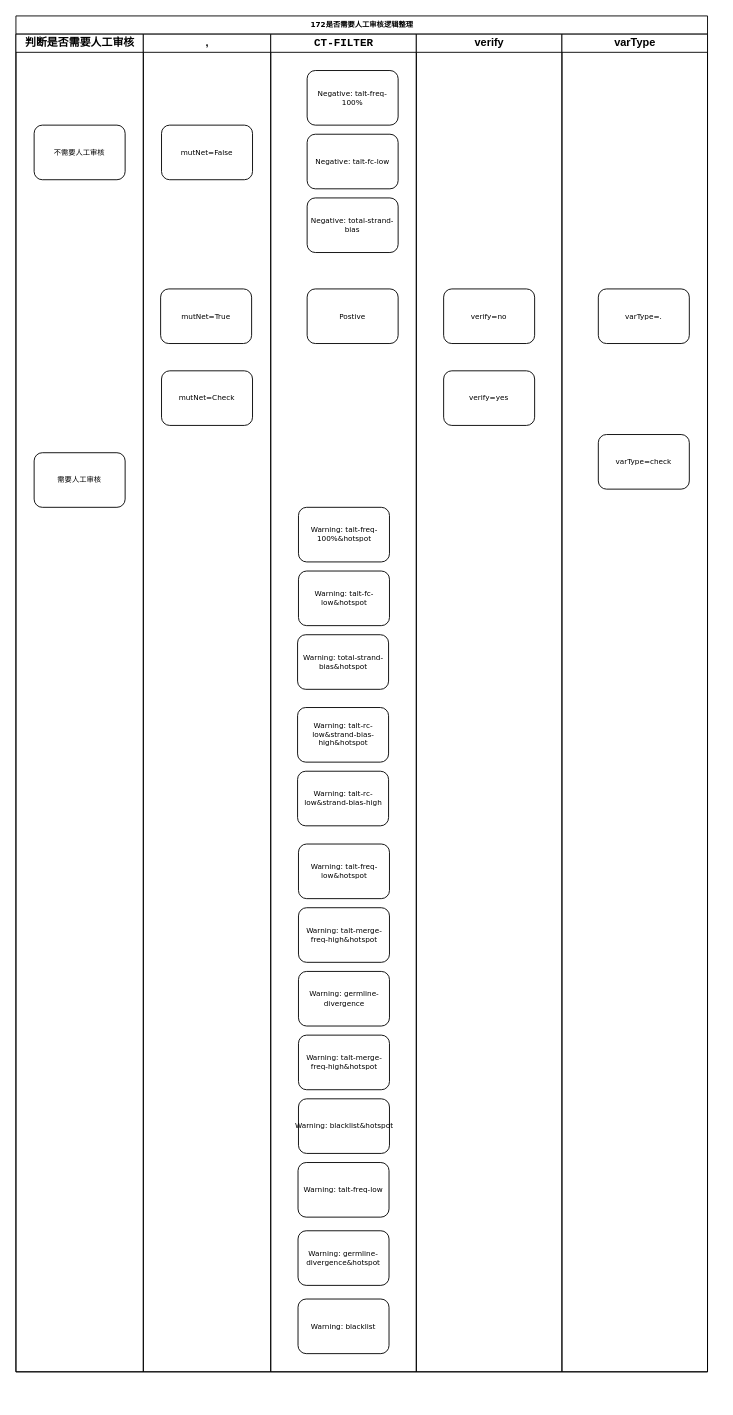
This is 172-0307.drawio from dingtian-genetronhealth/diagrams-genetron, a draw.io file, before an edit. Source tidied: cells renumbered, new cells numbered last; positions are measured from the earlier drawing's top-left corner, leaving out a move shared by most shapes. Both pictures are drawn from the tidied source at 91%, with x=0, y=0 at pixel (15, 15).
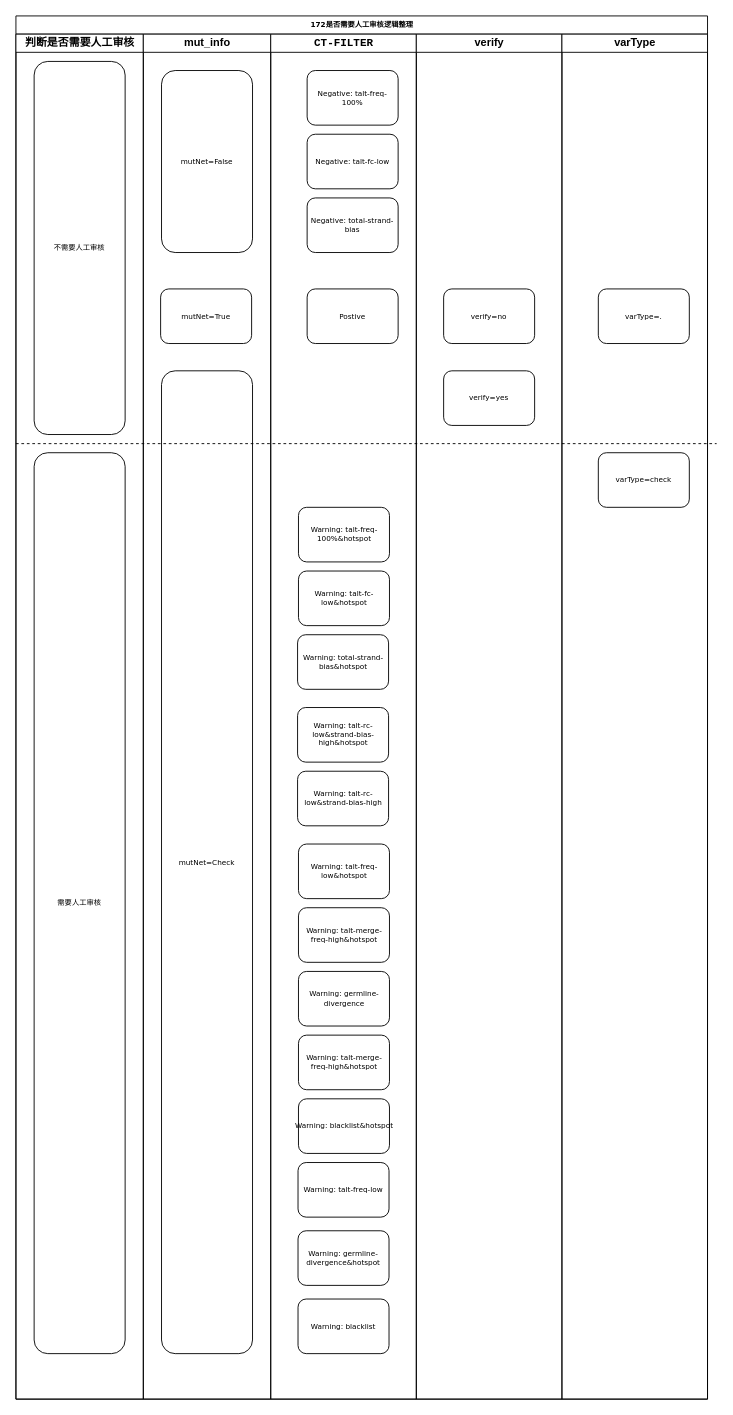
Above is the later version.

What changed in the source:
```diff
@@
     <mxCell id="2" value="172是否需要人工审核逻辑整理" style="swimlane;html=1;startSize=20;rounded=0;shadow=0;labelBackgroundColor=none;strokeWidth=1;fontFamily=Verdana;fontSize=8;align=center;" parent="1" vertex="1">
-      <mxGeometry width="760" height="1490" as="geometry" />
+      <mxGeometry width="760" height="1520" as="geometry" />
     </mxCell>
     <mxCell id="3" value="判断是否需要人工审核" style="swimlane;html=1;startSize=20;" parent="2" vertex="1">
-      <mxGeometry y="20" width="140" height="1470" as="geometry" />
+      <mxGeometry y="20" width="140" height="1500" as="geometry" />
     </mxCell>
     <mxCell id="4" value="不需要人工审核" style="rounded=1;whiteSpace=wrap;html=1;shadow=0;labelBackgroundColor=none;strokeWidth=1;fontFamily=Verdana;fontSize=8;align=center;" parent="3" vertex="1">
-      <mxGeometry x="20" y="100" width="100" height="60" as="geometry" />
+      <mxGeometry x="20" y="30" width="100" height="410" as="geometry" />
     </mxCell>
     <mxCell id="5" value="需要人工审核" style="rounded=1;whiteSpace=wrap;html=1;shadow=0;labelBackgroundColor=none;strokeWidth=1;fontFamily=Verdana;fontSize=8;align=center;" parent="3" vertex="1">
-      <mxGeometry x="20" y="460" width="100" height="60" as="geometry" />
+      <mxGeometry x="20" y="460" width="100" height="990" as="geometry" />
     </mxCell>
-    <mxCell id="6" value="," style="swimlane;html=1;startSize=20;" parent="2" vertex="1">
-      <mxGeometry x="140" y="20" width="140" height="1470" as="geometry" />
+    <mxCell id="6" value="mut_info" style="swimlane;html=1;startSize=20;" parent="2" vertex="1">
+      <mxGeometry x="140" y="20" width="140" height="1500" as="geometry" />
     </mxCell>
@@
     <mxCell id="8" value="mutNet=Check" style="rounded=1;whiteSpace=wrap;html=1;shadow=0;labelBackgroundColor=none;strokeWidth=1;fontFamily=Verdana;fontSize=8;align=center;" parent="6" vertex="1">
-      <mxGeometry x="20" y="370" width="100" height="60" as="geometry" />
+      <mxGeometry x="20" y="370" width="100" height="1080" as="geometry" />
     </mxCell>
-    <mxCell id="9" value="mutNet=False" style="rounded=1;whiteSpace=wrap;html=1;shadow=0;labelBackgroundColor=none;strokeWidth=1;fontFamily=Verdana;fontSize=8;align=center;" parent="6" vertex="1">
-      <mxGeometry x="20" y="100" width="100" height="60" as="geometry" />
+    <mxCell id="9" value="mutNet=False" style="rounded=1;whiteSpace=wrap;html=1;shadow=0;labelBackgroundColor=none;strokeWidth=1;fontFamily=Verdana;fontSize=8;align=center;strokeColor=default;" parent="6" vertex="1">
+      <mxGeometry x="20" y="40" width="100" height="200" as="geometry" />
     </mxCell>
     <mxCell id="10" value="&lt;code&gt;CT-FILTER&lt;/code&gt;" style="swimlane;html=1;startSize=20;" parent="2" vertex="1">
-      <mxGeometry x="280" y="20" width="160" height="1470" as="geometry" />
+      <mxGeometry x="280" y="20" width="160" height="1500" as="geometry" />
     </mxCell>
@@
+    <mxCell id="34" style="endArrow=none;dashed=1;html=1;rounded=0;" parent="10" edge="1">
+      <mxGeometry relative="1" as="geometry">
+        <mxPoint x="-280" y="450" as="sourcePoint" />
+        <mxPoint x="490" y="450" as="targetPoint" />
+      </mxGeometry>
+    </mxCell>
     <mxCell id="28" value="verify" style="swimlane;html=1;startSize=20;" parent="2" vertex="1">
-      <mxGeometry x="440" y="20" width="160" height="1470" as="geometry" />
+      <mxGeometry x="440" y="20" width="160" height="1500" as="geometry" />
     </mxCell>
@@
     <mxCell id="31" value="varType" style="swimlane;html=1;startSize=20;" parent="2" vertex="1">
-      <mxGeometry x="600" y="20" width="160" height="1470" as="geometry" />
+      <mxGeometry x="600" y="20" width="160" height="1500" as="geometry" />
     </mxCell>
     <mxCell id="32" value="varType=check" style="rounded=1;whiteSpace=wrap;html=1;shadow=0;labelBackgroundColor=none;strokeWidth=1;fontFamily=Verdana;fontSize=8;align=center;" parent="31" vertex="1">
-      <mxGeometry x="40" y="440" width="100" height="60" as="geometry" />
+      <mxGeometry x="40" y="460" width="100" height="60" as="geometry" />
     </mxCell>
```
